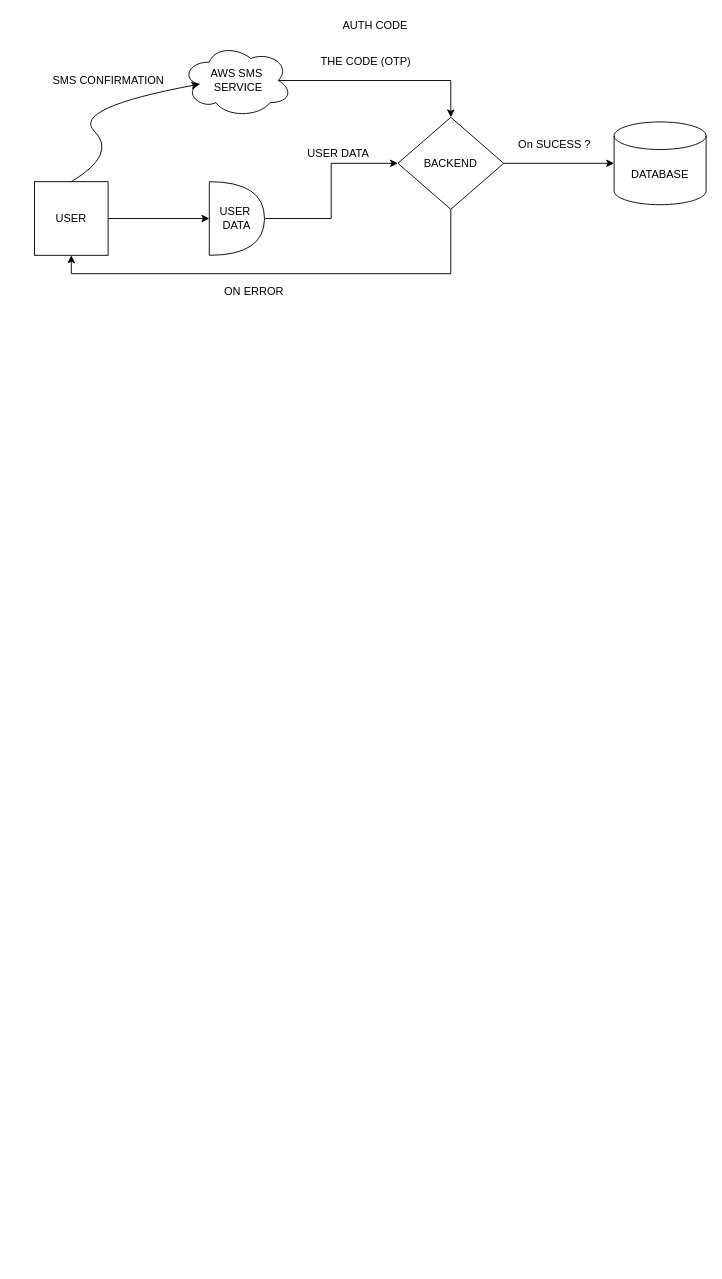
Above: Untitled Diagram.drawio in devAgam/420 (draw.io), before the change. Source tidied: cells renumbered, new cells numbered last; positions are measured from the earlier drawing's top-left corner, leaving out a move shared by most shapes. Both pictures are drawn from the tidied source at 92%, with x=0, y=0 at pixel (34, 16).
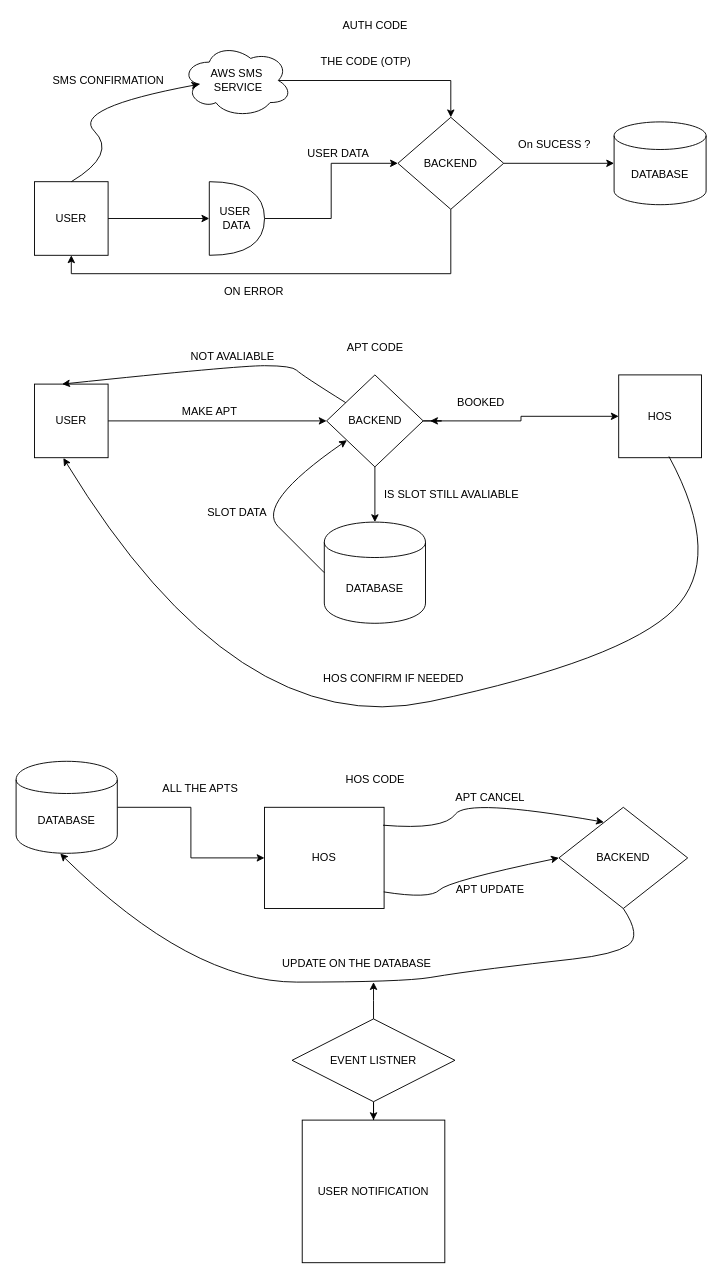
Above is the later version.

What changed in the source:
```diff
@@
+    <mxCell id="19" value="APT CODE" style="text;html=1;align=center;verticalAlign=middle;strokeColor=none;fontColor=#000000;" parent="1" vertex="1">
+      <mxGeometry x="330" y="350" width="80" height="20" as="geometry" />
+    </mxCell>
+    <mxCell id="20" style="edgeStyle=orthogonalEdgeStyle;rounded=0;jettySize=auto;html=1;fontColor=#000000;" parent="1" edge="1" source="21" target="26">
+      <mxGeometry relative="1" as="geometry" />
+    </mxCell>
+    <mxCell id="21" value="USER" style="whiteSpace=wrap;html=1;labelBackgroundColor=none;fontColor=#000000;verticalAlign=middle;" parent="1" vertex="1">
+      <mxGeometry y="400" width="80" height="80" as="geometry" />
+    </mxCell>
+    <mxCell id="22" value="HOS" style="whiteSpace=wrap;html=1;labelBackgroundColor=none;fontColor=#000000;verticalAlign=middle;" parent="1" vertex="1">
+      <mxGeometry x="635" y="390" width="90" height="90" as="geometry" />
+    </mxCell>
+    <mxCell id="23" style="edgeStyle=orthogonalEdgeStyle;rounded=0;jettySize=auto;html=1;fontColor=#000000;" parent="1" edge="1" source="26" target="27">
+      <mxGeometry relative="1" as="geometry" />
+    </mxCell>
+    <mxCell id="24" style="edgeStyle=orthogonalEdgeStyle;rounded=0;jettySize=auto;html=1;fontColor=#000000;" parent="1" edge="1" source="26" target="22">
+      <mxGeometry relative="1" as="geometry" />
+    </mxCell>
+    <mxCell id="25" style="edgeStyle=orthogonalEdgeStyle;rounded=0;jettySize=auto;html=1;fontColor=#000000;" parent="1" edge="1" source="26">
+      <mxGeometry relative="1" as="geometry">
+        <mxPoint x="430" y="440" as="targetPoint" />
+      </mxGeometry>
+    </mxCell>
+    <mxCell id="26" value="BACKEND" style="rhombus;whiteSpace=wrap;html=1;labelBackgroundColor=none;fontColor=#000000;verticalAlign=middle;" parent="1" vertex="1">
+      <mxGeometry x="317.5" y="390" width="105" height="100" as="geometry" />
+    </mxCell>
+    <mxCell id="27" value="DATABASE" style="shape=cylinder;whiteSpace=wrap;html=1;boundedLbl=1;backgroundOutline=1;labelBackgroundColor=none;fontColor=#000000;verticalAlign=middle;" parent="1" vertex="1">
+      <mxGeometry x="315" y="550" width="110" height="110" as="geometry" />
+    </mxCell>
+    <mxCell id="28" style="curved=1;endArrow=classic;html=1;fontColor=#000000;exitX=0;exitY=0.5;exitDx=0;exitDy=0;" parent="1" edge="1" source="27" target="26">
+      <mxGeometry relative="1" as="geometry">
+        <Array as="points">
+          <mxPoint x="290" y="580" />
+          <mxPoint x="240" y="530" />
+        </Array>
+      </mxGeometry>
+    </mxCell>
+    <mxCell id="29" style="curved=1;endArrow=classic;html=1;fontColor=#000000;entryX=0.375;entryY=0;entryDx=0;entryDy=0;entryPerimeter=0;" parent="1" edge="1" source="26" target="21">
+      <mxGeometry relative="1" as="geometry">
+        <Array as="points">
+          <mxPoint x="290" y="390" />
+          <mxPoint x="280" y="380" />
+          <mxPoint x="220" y="380" />
+        </Array>
+      </mxGeometry>
+    </mxCell>
+    <mxCell id="30" value="MAKE APT" style="text;html=1;align=center;verticalAlign=middle;strokeColor=none;fontColor=#000000;" parent="1" vertex="1">
+      <mxGeometry x="150" y="420" width="80" height="20" as="geometry" />
+    </mxCell>
+    <mxCell id="31" value="IS SLOT STILL AVALIABLE" style="text;html=1;align=center;verticalAlign=middle;strokeColor=none;fontColor=#000000;" parent="1" vertex="1">
+      <mxGeometry x="372.5" y="510" width="160" height="20" as="geometry" />
+    </mxCell>
+    <mxCell id="32" value="SLOT DATA" style="text;html=1;align=center;verticalAlign=middle;strokeColor=none;fontColor=#000000;" parent="1" vertex="1">
+      <mxGeometry x="180" y="530" width="80" height="20" as="geometry" />
+    </mxCell>
+    <mxCell id="33" value="NOT AVALIABLE" style="text;html=1;align=center;verticalAlign=middle;strokeColor=none;fontColor=#000000;" parent="1" vertex="1">
+      <mxGeometry x="160" y="360" width="110" height="20" as="geometry" />
+    </mxCell>
+    <mxCell id="34" value="BOOKED" style="text;html=1;align=center;verticalAlign=middle;strokeColor=none;fontColor=#000000;" parent="1" vertex="1">
+      <mxGeometry x="450" y="410" width="70" height="20" as="geometry" />
+    </mxCell>
+    <mxCell id="35" style="curved=1;endArrow=classic;html=1;fontColor=#000000;exitX=0.607;exitY=0.985;exitDx=0;exitDy=0;exitPerimeter=0;entryX=0.392;entryY=1.004;entryDx=0;entryDy=0;entryPerimeter=0;" parent="1" edge="1" source="22" target="21">
+      <mxGeometry relative="1" as="geometry">
+        <Array as="points">
+          <mxPoint x="750" y="590" />
+          <mxPoint x="640" y="700" />
+          <mxPoint x="220" y="790" />
+        </Array>
+      </mxGeometry>
+    </mxCell>
+    <mxCell id="36" value="HOS CONFIRM IF NEEDED" style="text;html=1;align=center;verticalAlign=middle;strokeColor=none;fontColor=#000000;" parent="1" vertex="1">
+      <mxGeometry x="305" y="710" width="170" height="20" as="geometry" />
+    </mxCell>
+    <mxCell id="37" value="HOS CODE&lt;br&gt;" style="text;html=1;align=center;verticalAlign=middle;strokeColor=none;fontColor=#000000;" parent="1" vertex="1">
+      <mxGeometry x="330" y="820" width="80" height="20" as="geometry" />
+    </mxCell>
+    <mxCell id="38" value="HOS" style="whiteSpace=wrap;html=1;labelBackgroundColor=none;fontColor=#000000;verticalAlign=middle;" parent="1" vertex="1">
+      <mxGeometry x="250" y="860" width="130" height="110" as="geometry" />
+    </mxCell>
+    <mxCell id="39" style="edgeStyle=orthogonalEdgeStyle;rounded=0;jettySize=auto;html=1;fontColor=#000000;" parent="1" edge="1" source="40" target="38">
+      <mxGeometry relative="1" as="geometry" />
+    </mxCell>
+    <mxCell id="40" value="DATABASE" style="shape=cylinder;whiteSpace=wrap;html=1;boundedLbl=1;backgroundOutline=1;labelBackgroundColor=none;fontColor=#000000;verticalAlign=middle;" parent="1" vertex="1">
+      <mxGeometry x="-20" y="810" width="110" height="100" as="geometry" />
+    </mxCell>
+    <mxCell id="41" value="ALL THE APTS" style="text;html=1;align=center;verticalAlign=middle;strokeColor=none;fontColor=#000000;" parent="1" vertex="1">
+      <mxGeometry x="130" y="830" width="100" height="20" as="geometry" />
+    </mxCell>
+    <mxCell id="42" value="BACKEND" style="rhombus;whiteSpace=wrap;html=1;labelBackgroundColor=none;fontColor=#000000;verticalAlign=middle;" parent="1" vertex="1">
+      <mxGeometry x="570" y="860" width="140" height="110" as="geometry" />
+    </mxCell>
+    <mxCell id="43" style="curved=1;endArrow=classic;html=1;fontColor=#000000;exitX=0.991;exitY=0.177;exitDx=0;exitDy=0;exitPerimeter=0;entryX=0.349;entryY=0.147;entryDx=0;entryDy=0;entryPerimeter=0;" parent="1" edge="1" source="38" target="42">
+      <mxGeometry relative="1" as="geometry">
+        <Array as="points">
+          <mxPoint x="445" y="885" />
+          <mxPoint x="470" y="850" />
+        </Array>
+      </mxGeometry>
+    </mxCell>
+    <mxCell id="44" style="curved=1;endArrow=classic;html=1;fontColor=#000000;exitX=0.997;exitY=0.836;exitDx=0;exitDy=0;exitPerimeter=0;entryX=0;entryY=0.5;entryDx=0;entryDy=0;" parent="1" edge="1" source="38" target="42">
+      <mxGeometry relative="1" as="geometry">
+        <Array as="points">
+          <mxPoint x="430" y="960" />
+          <mxPoint x="450" y="940" />
+        </Array>
+      </mxGeometry>
+    </mxCell>
+    <mxCell id="45" style="curved=1;endArrow=classic;html=1;fontColor=#000000;exitX=0.5;exitY=1;exitDx=0;exitDy=0;entryX=0.436;entryY=1.003;entryDx=0;entryDy=0;entryPerimeter=0;" parent="1" edge="1" source="42" target="40">
+      <mxGeometry relative="1" as="geometry">
+        <Array as="points">
+          <mxPoint x="660" y="1000" />
+          <mxPoint x="630" y="1020" />
+          <mxPoint x="540" y="1030" />
+          <mxPoint x="460" y="1040" />
+          <mxPoint x="400" y="1050" />
+          <mxPoint x="170" y="1050" />
+        </Array>
+      </mxGeometry>
+    </mxCell>
+    <mxCell id="46" value="APT CANCEL" style="text;html=1;align=center;verticalAlign=middle;strokeColor=none;fontColor=#000000;" parent="1" vertex="1">
+      <mxGeometry x="450" y="840" width="90" height="20" as="geometry" />
+    </mxCell>
+    <mxCell id="47" value="APT UPDATE" style="text;html=1;align=center;verticalAlign=middle;strokeColor=none;fontColor=#000000;" parent="1" vertex="1">
+      <mxGeometry x="450" y="940" width="90" height="20" as="geometry" />
+    </mxCell>
+    <mxCell id="48" value="UPDATE ON THE DATABASE" style="text;html=1;align=center;verticalAlign=middle;strokeColor=none;fontColor=#000000;" parent="1" vertex="1">
+      <mxGeometry x="260" y="1020" width="180" height="20" as="geometry" />
+    </mxCell>
+    <mxCell id="49" style="edgeStyle=orthogonalEdgeStyle;rounded=0;jettySize=auto;html=1;fontColor=#000000;" parent="1" edge="1" source="51" target="52">
+      <mxGeometry relative="1" as="geometry" />
+    </mxCell>
+    <mxCell id="50" style="edgeStyle=orthogonalEdgeStyle;rounded=0;jettySize=auto;html=1;fontColor=#000000;" parent="1" edge="1" source="51">
+      <mxGeometry relative="1" as="geometry">
+        <mxPoint x="368.5" y="1050" as="targetPoint" />
+      </mxGeometry>
+    </mxCell>
+    <mxCell id="51" value="EVENT LISTNER" style="rhombus;whiteSpace=wrap;html=1;labelBackgroundColor=none;fontColor=#000000;verticalAlign=middle;" parent="1" vertex="1">
+      <mxGeometry x="280" y="1090" width="177" height="90" as="geometry" />
+    </mxCell>
+    <mxCell id="52" value="USER NOTIFICATION" style="whiteSpace=wrap;html=1;labelBackgroundColor=none;fontColor=#000000;verticalAlign=middle;" parent="1" vertex="1">
+      <mxGeometry x="291" y="1200" width="155" height="155" as="geometry" />
+    </mxCell>
```
